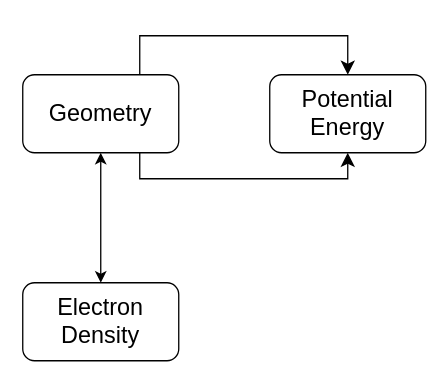
Above: MLCtalysis.drawio in kay-squared/PyTorchLearn (draw.io), before the change. Source tidied: cells renumbered, new cells numbered last; positions are measured from the earlier drawing's top-left corner, leaving out a move shared by most shapes. Both pictures are drawn from the tidied source at 130%, with x=0, y=0 at pixel (22, 35). Pictures stored in the file or linked from it are replaced by grey dashed boxes.
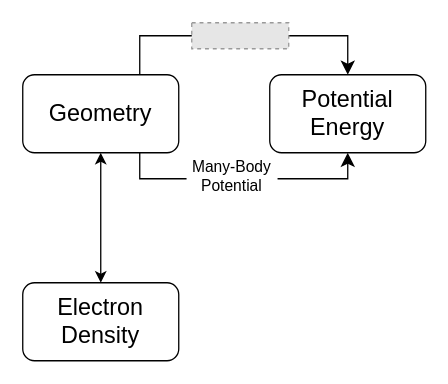
Above is the later version.

Diff of the diagram source:
```diff
@@
 <mxGraphModel>
   <root>
     <mxCell id="0" />
     <mxCell id="1" parent="0" />
     <mxCell id="2" value="Geometry" style="rounded=1;whiteSpace=wrap;html=1;fontFamily=Rubik light;fontSize=18;" parent="1" vertex="1">
       <mxGeometry y="30" width="120" height="60" as="geometry" />
     </mxCell>
     <mxCell id="3" value="Electron Density" style="rounded=1;whiteSpace=wrap;html=1;fontFamily=Rubik light;fontSize=18;" parent="1" vertex="1">
       <mxGeometry y="190" width="120" height="60" as="geometry" />
     </mxCell>
     <mxCell id="4" style="endArrow=classic;startArrow=classic;html=1;rounded=0;entryX=0.5;entryY=1;entryDx=0;entryDy=0;" parent="1" edge="1" source="3" target="2">
       <mxGeometry relative="1" as="geometry" />
     </mxCell>
     <mxCell id="5" value="Potential Energy" style="rounded=1;whiteSpace=wrap;html=1;fontFamily=Rubik light;fontSize=18;" parent="1" vertex="1">
       <mxGeometry x="190" y="30" width="120" height="60" as="geometry" />
     </mxCell>
     <mxCell id="6" style="edgeStyle=elbowEdgeStyle;elbow=horizontal;endArrow=classic;html=1;curved=0;rounded=0;endSize=8;startSize=8;exitX=0.75;exitY=0;exitDx=0;exitDy=0;entryX=0.5;entryY=0;entryDx=0;entryDy=0;" parent="1" edge="1" source="2" target="5">
       <mxGeometry relative="1" as="geometry">
         <Array as="points">
           <mxPoint x="160" />
         </Array>
       </mxGeometry>
     </mxCell>
     <mxCell id="7" style="edgeStyle=elbowEdgeStyle;elbow=horizontal;endArrow=classic;html=1;curved=0;rounded=0;endSize=8;startSize=8;exitX=0.75;exitY=1;exitDx=0;exitDy=0;entryX=0.5;entryY=1;entryDx=0;entryDy=0;" parent="1" edge="1" source="2" target="5">
       <mxGeometry relative="1" as="geometry">
         <Array as="points">
           <mxPoint x="150" y="110" />
         </Array>
       </mxGeometry>
     </mxCell>
+    <mxCell id="8" style="fillColor=#E6E6E6;strokeColor=#999999;dashed=1;verticalLabelPosition=bottom;labelBackgroundColor=default;verticalAlign=top;" parent="1" vertex="1">
+      <mxGeometry x="130" y="-10" width="74.6" height="20" as="geometry" />
+    </mxCell>
+    <mxCell id="9" value="Many-Body Potential" style="text;html=1;strokeColor=none;fillColor=#FFFFFF;align=center;verticalAlign=middle;whiteSpace=wrap;rounded=0;fontFamily=Rubik light;" parent="1" vertex="1">
+      <mxGeometry x="126" y="93" width="70" height="30" as="geometry" />
+    </mxCell>
   </root>
 </mxGraphModel>
```
